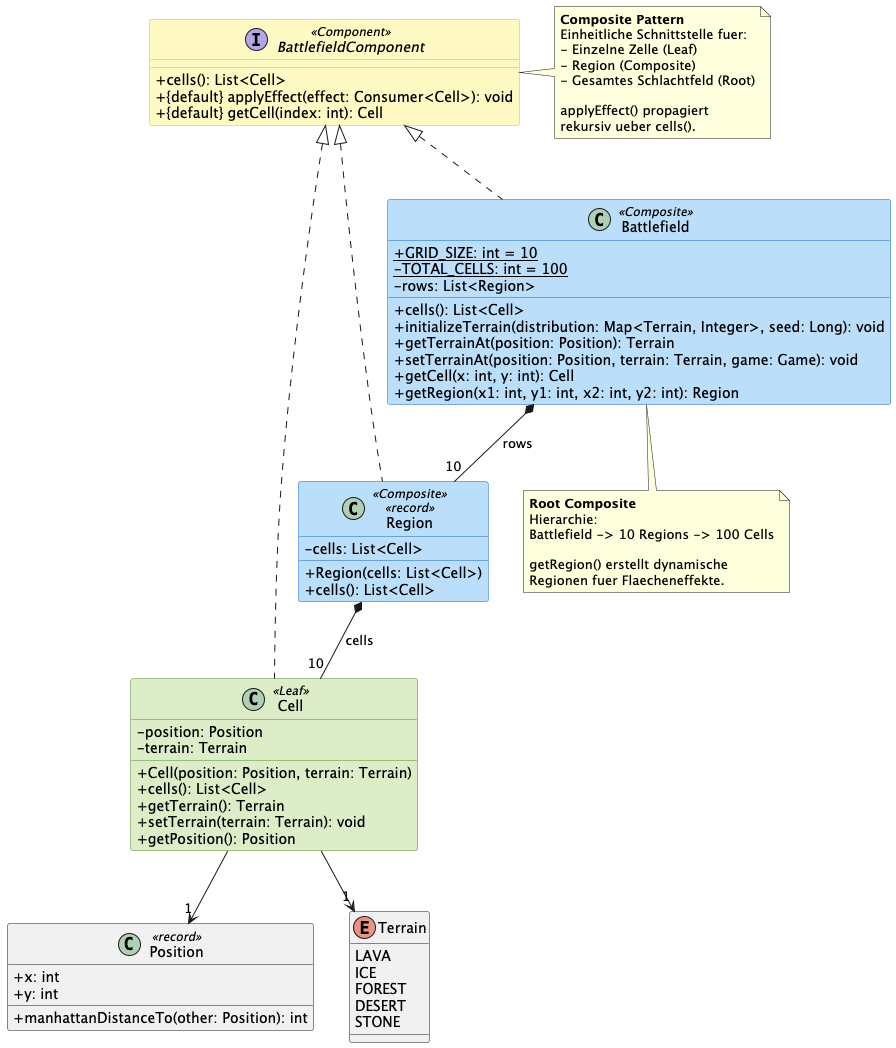
Earlier version of the PlantUML export docs/LaTeX/images/Composite_Pattern___ElementarClash.png (mmukex/elementarClash). Source of this version:
```plantuml
@startuml Composite Pattern - ElementarClash

skinparam classAttributeIconSize 0
skinparam shadowing false
skinparam class {
    BackgroundColor<<Component>> #FFF9C4
    BorderColor<<Component>> #F9A825
    BackgroundColor<<Leaf>> #DCEDC8
    BorderColor<<Leaf>> #558B2F
    BackgroundColor<<Composite>> #BBDEFB
    BorderColor<<Composite>> #1565C0
}

interface BattlefieldComponent <<Component>> {
    + cells(): List<Cell>
    + {default} applyEffect(effect: Consumer<Cell>): void
    + {default} getCell(index: int): Cell
}

class Cell <<Leaf>> {
    - position: Position
    - terrain: Terrain
    __
    + Cell(position: Position, terrain: Terrain)
    + cells(): List<Cell>
    + getTerrain(): Terrain
    + setTerrain(terrain: Terrain): void
    + getPosition(): Position
}

class Region <<Composite>> <<record>> {
    - cells: List<Cell>
    __
    + Region(cells: List<Cell>)
    + cells(): List<Cell>
}

class Battlefield <<Composite>> {
    + {static} GRID_SIZE: int = 10
    - {static} TOTAL_CELLS: int = 100
    - rows: List<Region>
    __
    + cells(): List<Cell>
    + initializeTerrain(distribution: Map<Terrain, Integer>, seed: Long): void
    + getTerrainAt(position: Position): Terrain
    + setTerrainAt(position: Position, terrain: Terrain, game: Game): void
    + getCell(x: int, y: int): Cell
    + getRegion(x1: int, y1: int, x2: int, y2: int): Region
}

class Position <<record>> {
    + x: int
    + y: int
    + manhattanDistanceTo(other: Position): int
}

enum Terrain {
    LAVA
    ICE
    FOREST
    DESERT
    STONE
}

BattlefieldComponent <|.. Cell
BattlefieldComponent <|.. Region
BattlefieldComponent <|.. Battlefield

Battlefield *-- "10" Region : rows
Region *-- "10" Cell : cells
Cell --> "1" Position
Cell --> "1" Terrain

note right of BattlefieldComponent
  **Composite Pattern**
  Einheitliche Schnittstelle fuer:
  - Einzelne Zelle (Leaf)
  - Region (Composite)
  - Gesamtes Schlachtfeld (Root)

  applyEffect() propagiert
  rekursiv ueber cells().
end note

note bottom of Battlefield
  **Root Composite**
  Hierarchie:
  Battlefield -> 10 Regions -> 100 Cells

  getRegion() erstellt dynamische
  Regionen fuer Flaecheneffekte.
end note

@enduml
```
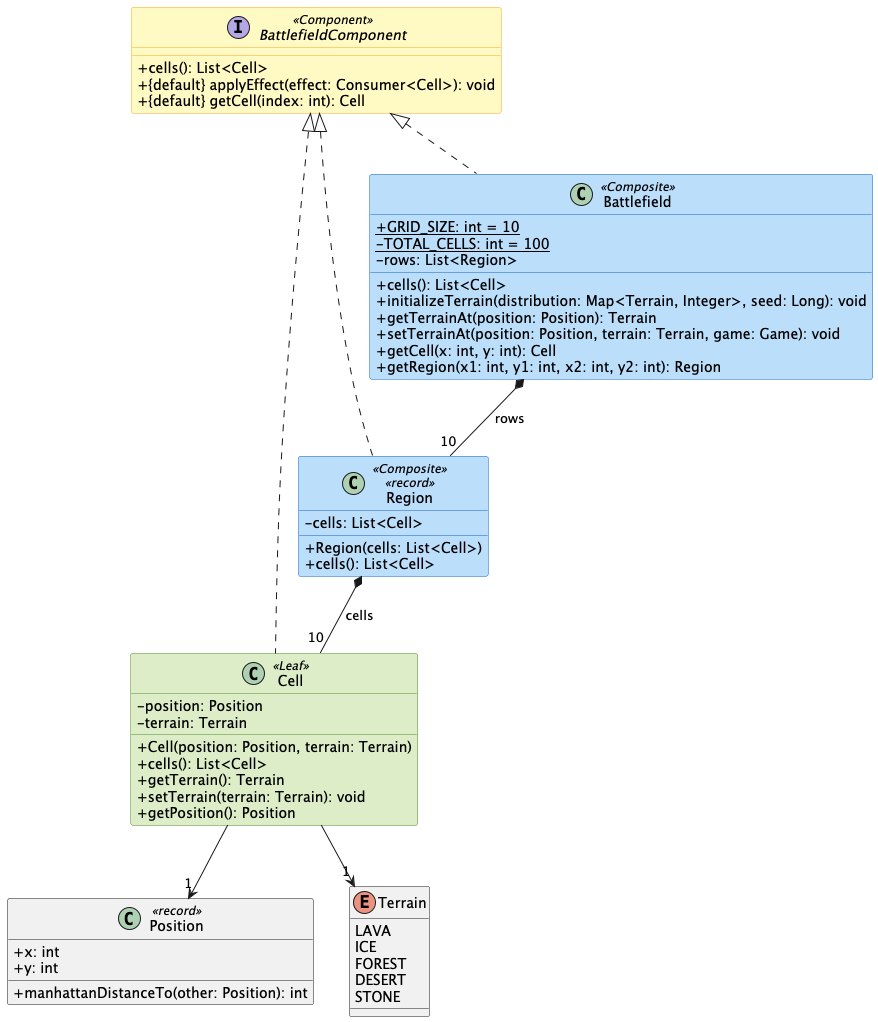
Later version of the same file.

What changed in the source:
```diff
@@ -71,24 +71,4 @@
 Cell --> "1" Position
 Cell --> "1" Terrain
 
-note right of BattlefieldComponent
-  **Composite Pattern**
-  Einheitliche Schnittstelle fuer:
-  - Einzelne Zelle (Leaf)
-  - Region (Composite)
-  - Gesamtes Schlachtfeld (Root)
-
-  applyEffect() propagiert
-  rekursiv ueber cells().
-end note
-
-note bottom of Battlefield
-  **Root Composite**
-  Hierarchie:
-  Battlefield -> 10 Regions -> 100 Cells
-
-  getRegion() erstellt dynamische
-  Regionen fuer Flaecheneffekte.
-end note
-
 @enduml
```
